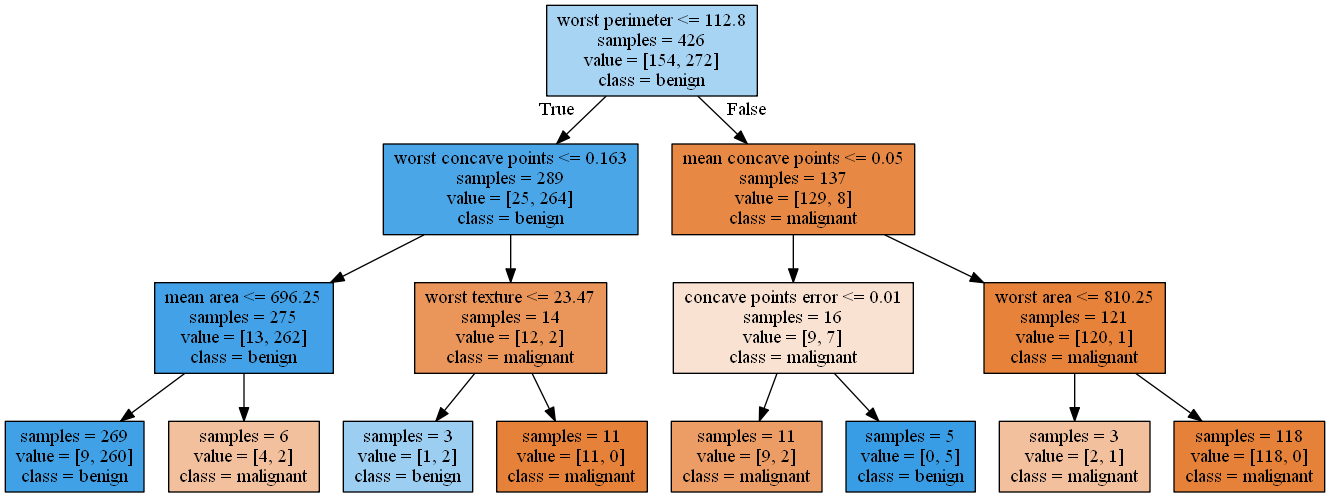
The Graphviz diagram Python/05 Scikit-learn/figuras/tree_cancer.png in rdemarqui/data_science_basico, before a commit. Its source is kept beside it as Python/05 Scikit-learn/figuras/tree_cancer.dot.
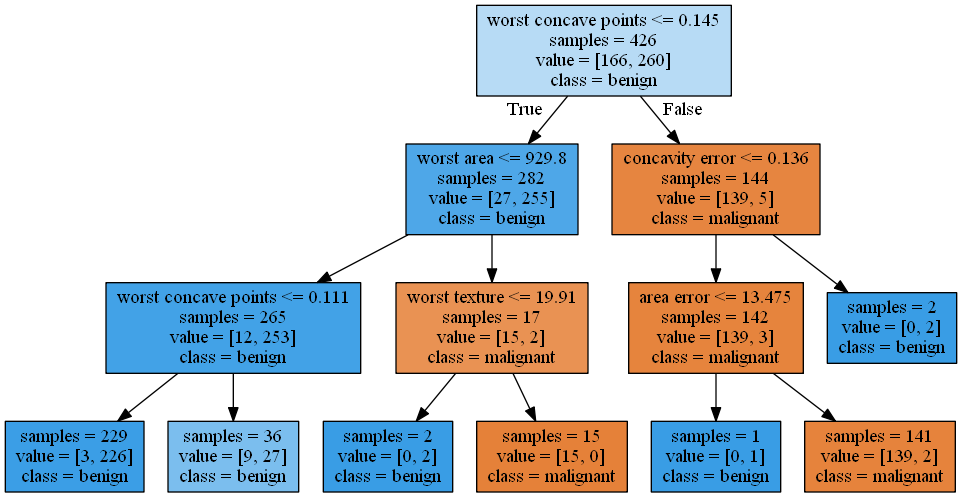
After the commit.

What changed in the source:
```diff
@@ -1,32 +1,28 @@
 digraph Tree {
 node [shape=box, style="filled", color="black"] ;
-0 [label="worst perimeter <= 112.8\nsamples = 426\nvalue = [154, 272]\nclass = benign", fillcolor="#399de56f"] ;
-1 [label="worst concave points <= 0.163\nsamples = 289\nvalue = [25, 264]\nclass = benign", fillcolor="#399de5e7"] ;
+0 [label="worst concave points <= 0.145\nsamples = 426\nvalue = [166, 260]\nclass = benign", fillcolor="#399de55c"] ;
+1 [label="worst area <= 929.8\nsamples = 282\nvalue = [27, 255]\nclass = benign", fillcolor="#399de5e4"] ;
 0 -> 1 [labeldistance=2.5, labelangle=45, headlabel="True"] ;
-2 [label="mean area <= 696.25\nsamples = 275\nvalue = [13, 262]\nclass = benign", fillcolor="#399de5f2"] ;
+2 [label="worst concave points <= 0.111\nsamples = 265\nvalue = [12, 253]\nclass = benign", fillcolor="#399de5f3"] ;
 1 -> 2 ;
-3 [label="samples = 269\nvalue = [9, 260]\nclass = benign", fillcolor="#399de5f6"] ;
+3 [label="samples = 229\nvalue = [3, 226]\nclass = benign", fillcolor="#399de5fc"] ;
 2 -> 3 ;
-4 [label="samples = 6\nvalue = [4, 2]\nclass = malignant", fillcolor="#e581397f"] ;
+4 [label="samples = 36\nvalue = [9, 27]\nclass = benign", fillcolor="#399de5aa"] ;
 2 -> 4 ;
-5 [label="worst texture <= 23.47\nsamples = 14\nvalue = [12, 2]\nclass = malignant", fillcolor="#e58139d4"] ;
+5 [label="worst texture <= 19.91\nsamples = 17\nvalue = [15, 2]\nclass = malignant", fillcolor="#e58139dd"] ;
 1 -> 5 ;
-6 [label="samples = 3\nvalue = [1, 2]\nclass = benign", fillcolor="#399de57f"] ;
+6 [label="samples = 2\nvalue = [0, 2]\nclass = benign", fillcolor="#399de5ff"] ;
 5 -> 6 ;
-7 [label="samples = 11\nvalue = [11, 0]\nclass = malignant", fillcolor="#e58139ff"] ;
+7 [label="samples = 15\nvalue = [15, 0]\nclass = malignant", fillcolor="#e58139ff"] ;
 5 -> 7 ;
-8 [label="mean concave points <= 0.05\nsamples = 137\nvalue = [129, 8]\nclass = malignant", fillcolor="#e58139ef"] ;
+8 [label="concavity error <= 0.136\nsamples = 144\nvalue = [139, 5]\nclass = malignant", fillcolor="#e58139f6"] ;
 0 -> 8 [labeldistance=2.5, labelangle=-45, headlabel="False"] ;
-9 [label="concave points error <= 0.01\nsamples = 16\nvalue = [9, 7]\nclass = malignant", fillcolor="#e5813939"] ;
+9 [label="area error <= 13.475\nsamples = 142\nvalue = [139, 3]\nclass = malignant", fillcolor="#e58139f9"] ;
 8 -> 9 ;
-10 [label="samples = 11\nvalue = [9, 2]\nclass = malignant", fillcolor="#e58139c6"] ;
+10 [label="samples = 1\nvalue = [0, 1]\nclass = benign", fillcolor="#399de5ff"] ;
 9 -> 10 ;
-11 [label="samples = 5\nvalue = [0, 5]\nclass = benign", fillcolor="#399de5ff"] ;
+11 [label="samples = 141\nvalue = [139, 2]\nclass = malignant", fillcolor="#e58139fb"] ;
 9 -> 11 ;
-12 [label="worst area <= 810.25\nsamples = 121\nvalue = [120, 1]\nclass = malignant", fillcolor="#e58139fd"] ;
+12 [label="samples = 2\nvalue = [0, 2]\nclass = benign", fillcolor="#399de5ff"] ;
 8 -> 12 ;
-13 [label="samples = 3\nvalue = [2, 1]\nclass = malignant", fillcolor="#e581397f"] ;
-12 -> 13 ;
-14 [label="samples = 118\nvalue = [118, 0]\nclass = malignant", fillcolor="#e58139ff"] ;
-12 -> 14 ;
 }
```
